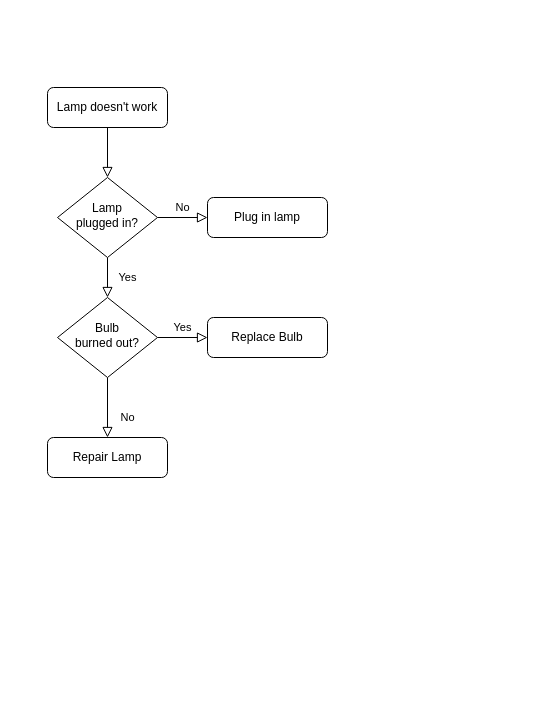
Above: Portal-Auto-Redirect-Flow.drawio in SmileSB1O1/draw-active (draw.io), before the change. Source tidied: cells renumbered, new cells numbered last; positions are measured from the earlier drawing's top-left corner, leaving out a move shared by most shapes. Both pictures are drawn from the tidied source at 100%, with x=0, y=0 at pixel (47, 87).
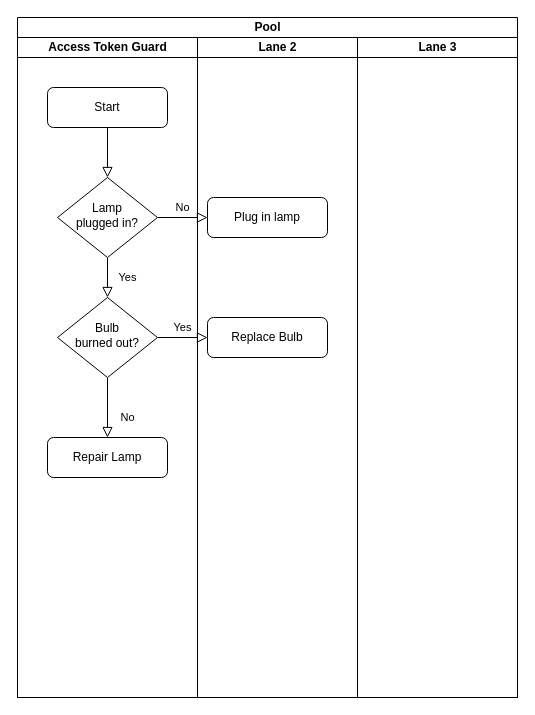
After the change.

Diff of the diagram source:
```diff
@@
 <mxGraphModel>
   <root>
     <mxCell id="0" />
     <mxCell id="1" parent="0" />
     <mxCell id="2" style="rounded=0;html=1;jettySize=auto;fontSize=11;endArrow=block;endFill=0;endSize=8;strokeWidth=1;shadow=0;labelBackgroundColor=none;edgeStyle=orthogonalEdgeStyle;" parent="1" edge="1" source="3" target="6">
       <mxGeometry relative="1" as="geometry" />
     </mxCell>
-    <mxCell id="3" value="Lamp doesn't work" style="rounded=1;whiteSpace=wrap;html=1;fontSize=12;glass=0;strokeWidth=1;shadow=0;" parent="1" vertex="1">
+    <mxCell id="3" value="Start" style="rounded=1;whiteSpace=wrap;html=1;fontSize=12;glass=0;strokeWidth=1;shadow=0;" parent="1" vertex="1">
       <mxGeometry width="120" height="40" as="geometry" />
     </mxCell>
     <mxCell id="4" value="Yes" style="rounded=0;html=1;jettySize=auto;fontSize=11;endArrow=block;endFill=0;endSize=8;strokeWidth=1;shadow=0;labelBackgroundColor=none;edgeStyle=orthogonalEdgeStyle;" parent="1" edge="1" source="6" target="10">
       <mxGeometry y="20" relative="1" as="geometry" />
     </mxCell>
     <mxCell id="5" value="No" style="edgeStyle=orthogonalEdgeStyle;rounded=0;html=1;jettySize=auto;fontSize=11;endArrow=block;endFill=0;endSize=8;strokeWidth=1;shadow=0;labelBackgroundColor=none;" parent="1" edge="1" source="6" target="7">
       <mxGeometry y="10" relative="1" as="geometry" />
     </mxCell>
     <mxCell id="6" value="Lamp&lt;br&gt;plugged in?" style="rhombus;whiteSpace=wrap;html=1;shadow=0;fontFamily=Helvetica;fontSize=12;align=center;strokeWidth=1;spacing=6;spacingTop=-4;" parent="1" vertex="1">
       <mxGeometry x="10" y="90" width="100" height="80" as="geometry" />
     </mxCell>
     <mxCell id="7" value="Plug in lamp" style="rounded=1;whiteSpace=wrap;html=1;fontSize=12;glass=0;strokeWidth=1;shadow=0;" parent="1" vertex="1">
       <mxGeometry x="160" y="110" width="120" height="40" as="geometry" />
     </mxCell>
     <mxCell id="8" value="No" style="rounded=0;html=1;jettySize=auto;fontSize=11;endArrow=block;endFill=0;endSize=8;strokeWidth=1;shadow=0;labelBackgroundColor=none;edgeStyle=orthogonalEdgeStyle;" parent="1" edge="1" source="10" target="11">
       <mxGeometry x="0.33" y="20" relative="1" as="geometry" />
     </mxCell>
     <mxCell id="9" value="Yes" style="edgeStyle=orthogonalEdgeStyle;rounded=0;html=1;jettySize=auto;fontSize=11;endArrow=block;endFill=0;endSize=8;strokeWidth=1;shadow=0;labelBackgroundColor=none;" parent="1" edge="1" source="10" target="12">
       <mxGeometry y="10" relative="1" as="geometry" />
     </mxCell>
     <mxCell id="10" value="Bulb&lt;br&gt;burned out?" style="rhombus;whiteSpace=wrap;html=1;shadow=0;fontFamily=Helvetica;fontSize=12;align=center;strokeWidth=1;spacing=6;spacingTop=-4;" parent="1" vertex="1">
       <mxGeometry x="10" y="210" width="100" height="80" as="geometry" />
     </mxCell>
     <mxCell id="11" value="Repair Lamp" style="rounded=1;whiteSpace=wrap;html=1;fontSize=12;glass=0;strokeWidth=1;shadow=0;" parent="1" vertex="1">
       <mxGeometry y="350" width="120" height="40" as="geometry" />
     </mxCell>
     <mxCell id="12" value="Replace Bulb" style="rounded=1;whiteSpace=wrap;html=1;fontSize=12;glass=0;strokeWidth=1;shadow=0;" parent="1" vertex="1">
       <mxGeometry x="160" y="230" width="120" height="40" as="geometry" />
     </mxCell>
+    <mxCell id="13" value="Pool" style="swimlane;startSize=20;html=1;" parent="1" vertex="1">
+      <mxGeometry x="-30" y="-70" width="500" height="680" as="geometry" />
+    </mxCell>
+    <mxCell id="14" value="Access Token Guard" style="swimlane;startSize=20;html=1;" parent="13" vertex="1">
+      <mxGeometry y="20" width="180" height="660" as="geometry" />
+    </mxCell>
+    <mxCell id="15" value="Lane 2" style="swimlane;startSize=20;html=1;" parent="13" vertex="1">
+      <mxGeometry x="180" y="20" width="160" height="660" as="geometry" />
+    </mxCell>
+    <mxCell id="16" value="Lane 3" style="swimlane;startSize=20;html=1;" parent="13" vertex="1">
+      <mxGeometry x="340" y="20" width="160" height="660" as="geometry" />
+    </mxCell>
   </root>
 </mxGraphModel>
```
